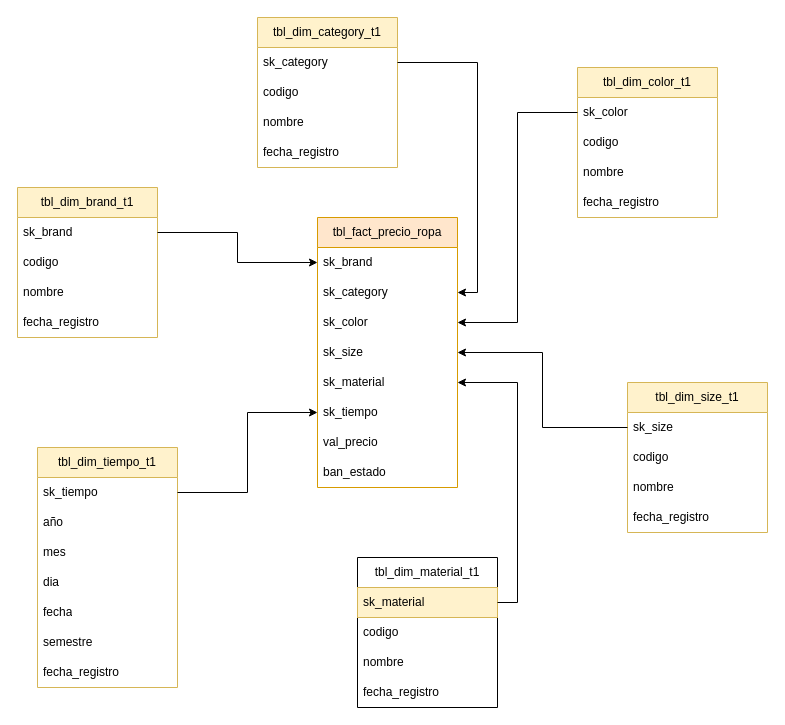
ingantonioarias/prueba_expertgroup keeps this draw.io diagram as Diagrama_logico.drawio. Above is the earlier version. Source tidied: cells renumbered, new cells numbered last; positions are measured from the earlier drawing's top-left corner, leaving out a move shared by most shapes. Both pictures are drawn from the tidied source at 100%, with x=0, y=0 at pixel (17, 17).
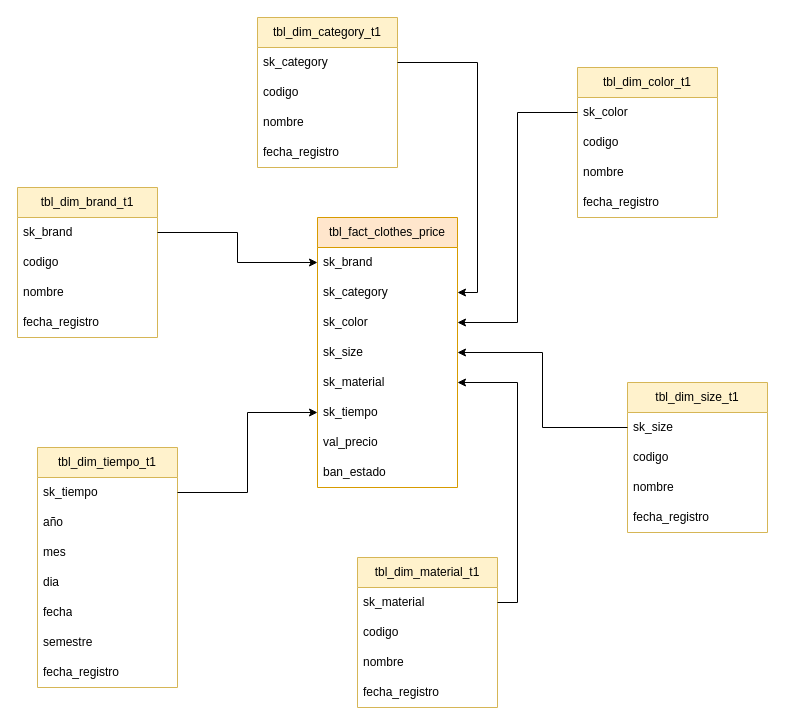
Above is the later version.

Diff of the diagram source:
```diff
@@
-    <mxCell id="22" value="tbl_dim_material_t1" style="swimlane;fontStyle=0;horizontal=1;startSize=30;whiteSpace=wrap;html=1;" parent="1" vertex="1">
+    <mxCell id="22" value="tbl_dim_material_t1" style="swimlane;fontStyle=0;horizontal=1;startSize=30;whiteSpace=wrap;html=1;fillColor=#fff2cc;strokeColor=#d6b656;" parent="1" vertex="1">
       <mxGeometry x="340" y="540" width="140" height="150" as="geometry" />
     </mxCell>
-    <mxCell id="23" value="sk_material" style="text;strokeColor=#d6b656;fillColor=#fff2cc;align=left;verticalAlign=middle;spacingLeft=4;spacingRight=4;overflow=hidden;points=[[0,0.5],[1,0.5]];portConstraint=eastwest;whiteSpace=wrap;html=1;" parent="22" vertex="1">
+    <mxCell id="23" value="sk_material" style="text;align=left;verticalAlign=middle;spacingLeft=4;spacingRight=4;overflow=hidden;points=[[0,0.5],[1,0.5]];portConstraint=eastwest;whiteSpace=wrap;html=1;" parent="22" vertex="1">
       <mxGeometry y="30" width="140" height="30" as="geometry" />
     </mxCell>
@@
-    <mxCell id="27" value="tbl_fact_precio_ropa" style="swimlane;fontStyle=0;horizontal=1;startSize=30;whiteSpace=wrap;html=1;fillColor=#ffe6cc;strokeColor=#d79b00;" parent="1" vertex="1">
+    <mxCell id="27" value="tbl_fact_clothes_price" style="swimlane;fontStyle=0;horizontal=1;startSize=30;whiteSpace=wrap;html=1;fillColor=#ffe6cc;strokeColor=#d79b00;" parent="1" vertex="1">
       <mxGeometry x="300" y="200" width="140" height="270" as="geometry" />
     </mxCell>
```
